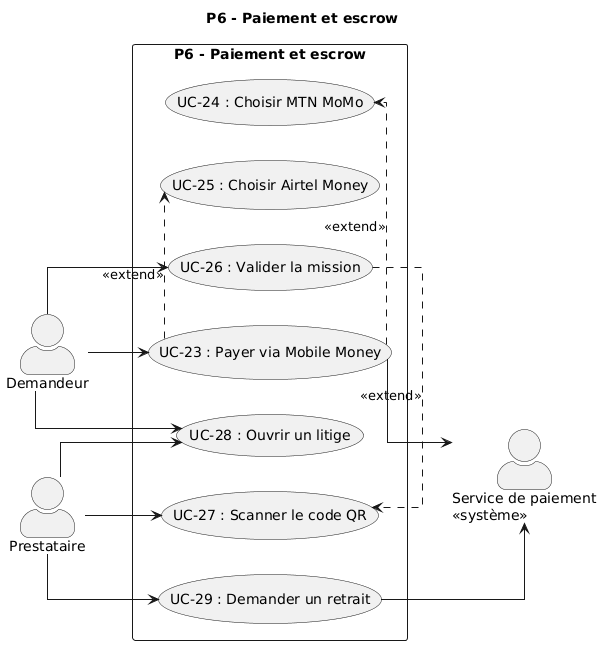
The PlantUML diagram images/diagramme_cu_p6.png in KazeHolloway/Projet_LaTex, before a commit.
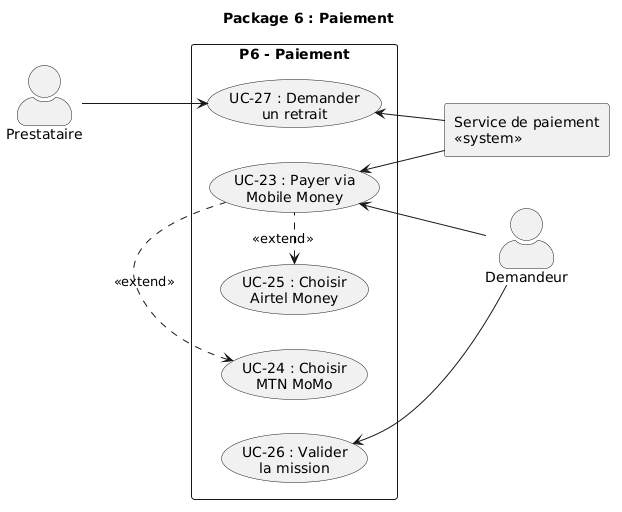
Later version of the same file.

The edit, as a diff of the source:
```diff
@@ -1,36 +1,30 @@
 @startuml
-title P6 - Paiement et escrow
+title Package 6 : Paiement
 
 left to right direction
 skinparam actorStyle awesome
-skinparam linetype ortho
 
 actor "Demandeur" as demandeur
 actor "Prestataire" as prestataire
-actor "Service de paiement\n<<système>>" as svcPaiement
 
-rectangle "P6 - Paiement et escrow" {
-  usecase "UC-23 : Payer via Mobile Money" as UC23
-  usecase "UC-24 : Choisir MTN MoMo" as UC24
-  usecase "UC-25 : Choisir Airtel Money" as UC25
-  usecase "UC-26 : Valider la mission" as UC26
-  usecase "UC-27 : Scanner le code QR" as UC27
-  usecase "UC-28 : Ouvrir un litige" as UC28
-  usecase "UC-29 : Demander un retrait" as UC29
+rectangle "P6 - Paiement" {
+  usecase "UC-23 : Payer via\nMobile Money" as UC23
+  usecase "UC-24 : Choisir\nMTN MoMo" as UC24
+  usecase "UC-25 : Choisir\nAirtel Money" as UC25
+  usecase "UC-26 : Valider\nla mission" as UC26
+  usecase "UC-27 : Demander\nun retrait" as UC27
 }
 
-UC23 .> UC24 : <<extend>>
-UC23 .> UC25 : <<extend>>
-UC26 .> UC27 : <<extend>>
+rectangle "Service de paiement\n<<system>>" as svcPaiement
 
-demandeur --> UC23
+UC23 .left.> UC24 : <<extend>>
+
+demandeur -up-> UC23
 demandeur --> UC26
-demandeur --> UC28
 
+UC23 .left.> UC25 : <<extend>>
 prestataire --> UC27
-prestataire --> UC28
-prestataire --> UC29
 
-UC23 --> svcPaiement
-UC29 --> svcPaiement
+svcPaiement -left-> UC23
+svcPaiement -up-> UC27
 @enduml
```
